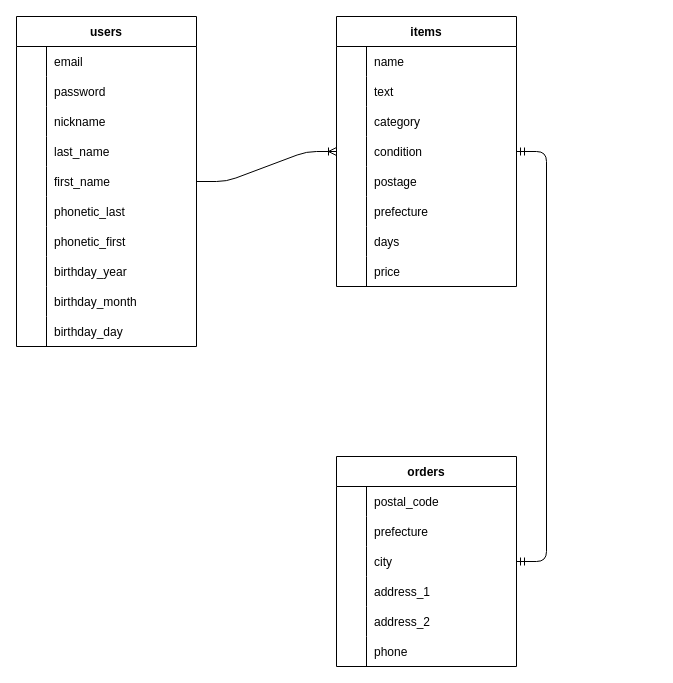
kzyhsgw/furima-35207 keeps this draw.io diagram as Entity Relation.dio. Above is the earlier version. Source tidied: cells renumbered, new cells numbered last; positions are measured from the earlier drawing's top-left corner, leaving out a move shared by most shapes. Both pictures are drawn from the tidied source at 100%, with x=0, y=0 at pixel (16, 16).
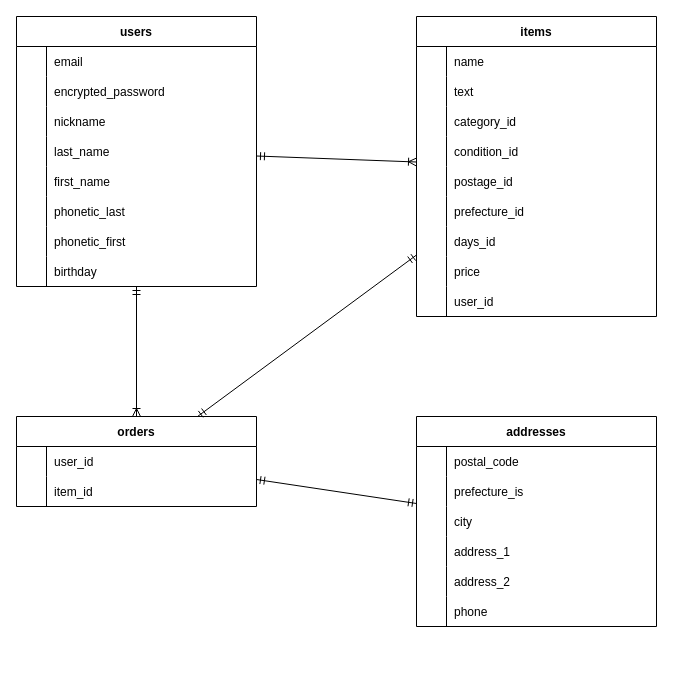
The same diagram, later.

Commit message (it also covers changes not shown here):
テーブル設計の修正

What changed in the source:
```diff
@@
     <mxCell id="2" value="users" style="shape=table;startSize=30;childLayout=tableLayout;rowLines=0;fontStyle=1;align=center;" parent="1" vertex="1">
-      <mxGeometry width="180" height="330" as="geometry" />
+      <mxGeometry width="240" height="270" as="geometry" />
     </mxCell>
     <mxCell id="3" style="shape=partialRectangle;fillColor=none;top=0;left=0;bottom=0;right=0;" parent="2" vertex="1">
-      <mxGeometry y="30" width="180" height="30" as="geometry" />
+      <mxGeometry y="30" width="240" height="30" as="geometry" />
     </mxCell>
@@
     <mxCell id="5" value="email" style="shape=partialRectangle;fillColor=none;top=0;left=0;bottom=0;right=0;align=left;spacingLeft=6;overflow=hidden;" parent="3" vertex="1">
-      <mxGeometry x="30" width="150" height="30" as="geometry" />
+      <mxGeometry x="30" width="210" height="30" as="geometry" />
     </mxCell>
     <mxCell id="6" style="shape=partialRectangle;fillColor=none;top=0;left=0;bottom=0;right=0;" parent="2" vertex="1">
-      <mxGeometry y="60" width="180" height="30" as="geometry" />
+      <mxGeometry y="60" width="240" height="30" as="geometry" />
     </mxCell>
@@
-    <mxCell id="8" value="password" style="shape=partialRectangle;fillColor=none;top=0;left=0;bottom=0;right=0;align=left;spacingLeft=6;overflow=hidden;" parent="6" vertex="1">
-      <mxGeometry x="30" width="150" height="30" as="geometry" />
+    <mxCell id="8" value="encrypted_password" style="shape=partialRectangle;fillColor=none;top=0;left=0;bottom=0;right=0;align=left;spacingLeft=6;overflow=hidden;" parent="6" vertex="1">
+      <mxGeometry x="30" width="210" height="30" as="geometry" />
     </mxCell>
     <mxCell id="9" style="shape=partialRectangle;fillColor=none;top=0;left=0;bottom=0;right=0;" parent="2" vertex="1">
-      <mxGeometry y="90" width="180" height="30" as="geometry" />
+      <mxGeometry y="90" width="240" height="30" as="geometry" />
     </mxCell>
@@
     <mxCell id="11" value="nickname" style="shape=partialRectangle;fillColor=none;top=0;left=0;bottom=0;right=0;align=left;spacingLeft=6;overflow=hidden;" parent="9" vertex="1">
-      <mxGeometry x="30" width="150" height="30" as="geometry" />
+      <mxGeometry x="30" width="210" height="30" as="geometry" />
     </mxCell>
     <mxCell id="12" style="shape=partialRectangle;fillColor=none;top=0;left=0;bottom=0;right=0;" parent="2" vertex="1">
-      <mxGeometry y="120" width="180" height="30" as="geometry" />
+      <mxGeometry y="120" width="240" height="30" as="geometry" />
     </mxCell>
@@
     <mxCell id="14" value="last_name" style="shape=partialRectangle;fillColor=none;top=0;left=0;bottom=0;right=0;align=left;spacingLeft=6;overflow=hidden;" parent="12" vertex="1">
-      <mxGeometry x="30" width="150" height="30" as="geometry" />
+      <mxGeometry x="30" width="210" height="30" as="geometry" />
     </mxCell>
     <mxCell id="15" style="shape=partialRectangle;fillColor=none;top=0;left=0;bottom=0;right=0;" parent="2" vertex="1">
-      <mxGeometry y="150" width="180" height="30" as="geometry" />
+      <mxGeometry y="150" width="240" height="30" as="geometry" />
     </mxCell>
@@
     <mxCell id="17" value="first_name" style="shape=partialRectangle;fillColor=none;top=0;left=0;bottom=0;right=0;align=left;spacingLeft=6;overflow=hidden;" parent="15" vertex="1">
-      <mxGeometry x="30" width="150" height="30" as="geometry" />
+      <mxGeometry x="30" width="210" height="30" as="geometry" />
     </mxCell>
     <mxCell id="18" style="shape=partialRectangle;fillColor=none;top=0;left=0;bottom=0;right=0;" parent="2" vertex="1">
-      <mxGeometry y="180" width="180" height="30" as="geometry" />
+      <mxGeometry y="180" width="240" height="30" as="geometry" />
     </mxCell>
@@
     <mxCell id="20" value="phonetic_last" style="shape=partialRectangle;fillColor=none;top=0;left=0;bottom=0;right=0;align=left;spacingLeft=6;overflow=hidden;" parent="18" vertex="1">
-      <mxGeometry x="30" width="150" height="30" as="geometry" />
+      <mxGeometry x="30" width="210" height="30" as="geometry" />
     </mxCell>
     <mxCell id="21" style="shape=partialRectangle;fillColor=none;top=0;left=0;bottom=0;right=0;" parent="2" vertex="1">
-      <mxGeometry y="210" width="180" height="30" as="geometry" />
+      <mxGeometry y="210" width="240" height="30" as="geometry" />
     </mxCell>
@@
     <mxCell id="23" value="phonetic_first" style="shape=partialRectangle;fillColor=none;top=0;left=0;bottom=0;right=0;align=left;spacingLeft=6;overflow=hidden;" parent="21" vertex="1">
-      <mxGeometry x="30" width="150" height="30" as="geometry" />
+      <mxGeometry x="30" width="210" height="30" as="geometry" />
     </mxCell>
     <mxCell id="24" style="shape=partialRectangle;fillColor=none;top=0;left=0;bottom=0;right=0;" parent="2" vertex="1">
-      <mxGeometry y="240" width="180" height="30" as="geometry" />
+      <mxGeometry y="240" width="240" height="30" as="geometry" />
     </mxCell>
@@
-    <mxCell id="26" value="birthday_year" style="shape=partialRectangle;fillColor=none;top=0;left=0;bottom=0;right=0;align=left;spacingLeft=6;overflow=hidden;" parent="24" vertex="1">
-      <mxGeometry x="30" width="150" height="30" as="geometry" />
+    <mxCell id="26" value="birthday" style="shape=partialRectangle;fillColor=none;top=0;left=0;bottom=0;right=0;align=left;spacingLeft=6;overflow=hidden;" parent="24" vertex="1">
+      <mxGeometry x="30" width="210" height="30" as="geometry" />
     </mxCell>
-    <mxCell id="27" style="shape=partialRectangle;fillColor=none;top=0;left=0;bottom=0;right=0;" parent="2" vertex="1">
-      <mxGeometry y="270" width="180" height="30" as="geometry" />
-    </mxCell>
-    <mxCell id="28" style="shape=partialRectangle;fillColor=none;top=0;left=0;bottom=0;right=0;overflow=hidden;" parent="27" vertex="1">
-      <mxGeometry width="30" height="30" as="geometry" />
-    </mxCell>
-    <mxCell id="29" value="birthday_month" style="shape=partialRectangle;fillColor=none;top=0;left=0;bottom=0;right=0;align=left;spacingLeft=6;overflow=hidden;" parent="27" vertex="1">
-      <mxGeometry x="30" width="150" height="30" as="geometry" />
-    </mxCell>
-    <mxCell id="30" style="shape=partialRectangle;fillColor=none;top=0;left=0;bottom=0;right=0;" parent="2" vertex="1">
-      <mxGeometry y="300" width="180" height="30" as="geometry" />
-    </mxCell>
-    <mxCell id="31" style="shape=partialRectangle;fillColor=none;top=0;left=0;bottom=0;right=0;overflow=hidden;" parent="30" vertex="1">
-      <mxGeometry width="30" height="30" as="geometry" />
-    </mxCell>
-    <mxCell id="32" value="birthday_day" style="shape=partialRectangle;fillColor=none;top=0;left=0;bottom=0;right=0;align=left;spacingLeft=6;overflow=hidden;" parent="30" vertex="1">
-      <mxGeometry x="30" width="150" height="30" as="geometry" />
-    </mxCell>
     <mxCell id="33" value="items" style="shape=table;startSize=30;childLayout=tableLayout;rowLines=0;fontStyle=1;align=center;" parent="1" vertex="1">
-      <mxGeometry x="320" width="180" height="270" as="geometry" />
+      <mxGeometry x="400" width="240" height="300" as="geometry" />
     </mxCell>
     <mxCell id="34" style="shape=partialRectangle;fillColor=none;top=0;left=0;bottom=0;right=0;" parent="33" vertex="1">
-      <mxGeometry y="30" width="180" height="30" as="geometry" />
+      <mxGeometry y="30" width="240" height="30" as="geometry" />
     </mxCell>
@@
     <mxCell id="36" value="name" style="shape=partialRectangle;fillColor=none;top=0;left=0;bottom=0;right=0;align=left;spacingLeft=6;overflow=hidden;" parent="34" vertex="1">
-      <mxGeometry x="30" width="150" height="30" as="geometry" />
+      <mxGeometry x="30" width="210" height="30" as="geometry" />
     </mxCell>
     <mxCell id="37" style="shape=partialRectangle;fillColor=none;top=0;left=0;bottom=0;right=0;" parent="33" vertex="1">
-      <mxGeometry y="60" width="180" height="30" as="geometry" />
+      <mxGeometry y="60" width="240" height="30" as="geometry" />
     </mxCell>
@@
     <mxCell id="39" value="text" style="shape=partialRectangle;fillColor=none;top=0;left=0;bottom=0;right=0;align=left;spacingLeft=6;overflow=hidden;" parent="37" vertex="1">
-      <mxGeometry x="30" width="150" height="30" as="geometry" />
+      <mxGeometry x="30" width="210" height="30" as="geometry" />
     </mxCell>
     <mxCell id="40" style="shape=partialRectangle;fillColor=none;top=0;left=0;bottom=0;right=0;" parent="33" vertex="1">
-      <mxGeometry y="90" width="180" height="30" as="geometry" />
+      <mxGeometry y="90" width="240" height="30" as="geometry" />
     </mxCell>
@@
-    <mxCell id="42" value="category" style="shape=partialRectangle;fillColor=none;top=0;left=0;bottom=0;right=0;align=left;spacingLeft=6;overflow=hidden;" parent="40" vertex="1">
-      <mxGeometry x="30" width="150" height="30" as="geometry" />
+    <mxCell id="42" value="category_id" style="shape=partialRectangle;fillColor=none;top=0;left=0;bottom=0;right=0;align=left;spacingLeft=6;overflow=hidden;" parent="40" vertex="1">
+      <mxGeometry x="30" width="210" height="30" as="geometry" />
     </mxCell>
     <mxCell id="43" style="shape=partialRectangle;fillColor=none;top=0;left=0;bottom=0;right=0;" parent="33" vertex="1">
-      <mxGeometry y="120" width="180" height="30" as="geometry" />
+      <mxGeometry y="120" width="240" height="30" as="geometry" />
     </mxCell>
@@
-    <mxCell id="45" value="condition" style="shape=partialRectangle;fillColor=none;top=0;left=0;bottom=0;right=0;align=left;spacingLeft=6;overflow=hidden;" parent="43" vertex="1">
-      <mxGeometry x="30" width="150" height="30" as="geometry" />
+    <mxCell id="45" value="condition_id" style="shape=partialRectangle;fillColor=none;top=0;left=0;bottom=0;right=0;align=left;spacingLeft=6;overflow=hidden;" parent="43" vertex="1">
+      <mxGeometry x="30" width="210" height="30" as="geometry" />
     </mxCell>
     <mxCell id="46" style="shape=partialRectangle;fillColor=none;top=0;left=0;bottom=0;right=0;" parent="33" vertex="1">
-      <mxGeometry y="150" width="180" height="30" as="geometry" />
+      <mxGeometry y="150" width="240" height="30" as="geometry" />
     </mxCell>
@@
-    <mxCell id="48" value="postage" style="shape=partialRectangle;fillColor=none;top=0;left=0;bottom=0;right=0;align=left;spacingLeft=6;overflow=hidden;" parent="46" vertex="1">
-      <mxGeometry x="30" width="150" height="30" as="geometry" />
+    <mxCell id="48" value="postage_id" style="shape=partialRectangle;fillColor=none;top=0;left=0;bottom=0;right=0;align=left;spacingLeft=6;overflow=hidden;" parent="46" vertex="1">
+      <mxGeometry x="30" width="210" height="30" as="geometry" />
     </mxCell>
     <mxCell id="49" style="shape=partialRectangle;fillColor=none;top=0;left=0;bottom=0;right=0;" parent="33" vertex="1">
-      <mxGeometry y="180" width="180" height="30" as="geometry" />
+      <mxGeometry y="180" width="240" height="30" as="geometry" />
     </mxCell>
@@
-    <mxCell id="51" value="prefecture" style="shape=partialRectangle;fillColor=none;top=0;left=0;bottom=0;right=0;align=left;spacingLeft=6;overflow=hidden;" parent="49" vertex="1">
-      <mxGeometry x="30" width="150" height="30" as="geometry" />
+    <mxCell id="51" value="prefecture_id" style="shape=partialRectangle;fillColor=none;top=0;left=0;bottom=0;right=0;align=left;spacingLeft=6;overflow=hidden;" parent="49" vertex="1">
+      <mxGeometry x="30" width="210" height="30" as="geometry" />
     </mxCell>
     <mxCell id="52" style="shape=partialRectangle;fillColor=none;top=0;left=0;bottom=0;right=0;" parent="33" vertex="1">
-      <mxGeometry y="210" width="180" height="30" as="geometry" />
+      <mxGeometry y="210" width="240" height="30" as="geometry" />
     </mxCell>
@@
-    <mxCell id="54" value="days" style="shape=partialRectangle;fillColor=none;top=0;left=0;bottom=0;right=0;align=left;spacingLeft=6;overflow=hidden;" parent="52" vertex="1">
-      <mxGeometry x="30" width="150" height="30" as="geometry" />
+    <mxCell id="54" value="days_id" style="shape=partialRectangle;fillColor=none;top=0;left=0;bottom=0;right=0;align=left;spacingLeft=6;overflow=hidden;" parent="52" vertex="1">
+      <mxGeometry x="30" width="210" height="30" as="geometry" />
     </mxCell>
     <mxCell id="55" style="shape=partialRectangle;fillColor=none;top=0;left=0;bottom=0;right=0;" parent="33" vertex="1">
-      <mxGeometry y="240" width="180" height="30" as="geometry" />
+      <mxGeometry y="240" width="240" height="30" as="geometry" />
     </mxCell>
@@
     <mxCell id="57" value="price" style="shape=partialRectangle;fillColor=none;top=0;left=0;bottom=0;right=0;align=left;spacingLeft=6;overflow=hidden;" parent="55" vertex="1">
-      <mxGeometry x="30" width="150" height="30" as="geometry" />
+      <mxGeometry x="30" width="210" height="30" as="geometry" />
     </mxCell>
+    <mxCell id="79" style="shape=partialRectangle;fillColor=none;top=0;left=0;bottom=0;right=0;" parent="33" vertex="1">
+      <mxGeometry y="270" width="240" height="30" as="geometry" />
+    </mxCell>
+    <mxCell id="80" style="shape=partialRectangle;fillColor=none;top=0;left=0;bottom=0;right=0;overflow=hidden;" parent="79" vertex="1">
+      <mxGeometry width="30" height="30" as="geometry" />
+    </mxCell>
+    <mxCell id="81" value="user_id" style="shape=partialRectangle;fillColor=none;top=0;left=0;bottom=0;right=0;align=left;spacingLeft=6;overflow=hidden;" parent="79" vertex="1">
+      <mxGeometry x="30" width="210" height="30" as="geometry" />
+    </mxCell>
-    <mxCell id="58" value="orders" style="shape=table;startSize=30;childLayout=tableLayout;rowLines=0;fontStyle=1;align=center;" parent="1" vertex="1">
-      <mxGeometry x="320" y="440" width="180" height="210" as="geometry" />
+    <mxCell id="58" value="addresses" style="shape=table;startSize=30;childLayout=tableLayout;rowLines=0;fontStyle=1;align=center;" parent="1" vertex="1">
+      <mxGeometry x="400" y="400" width="240" height="210" as="geometry" />
     </mxCell>
     <mxCell id="59" style="shape=partialRectangle;fillColor=none;top=0;left=0;bottom=0;right=0;" parent="58" vertex="1">
-      <mxGeometry y="30" width="180" height="30" as="geometry" />
+      <mxGeometry y="30" width="240" height="30" as="geometry" />
     </mxCell>
@@
     <mxCell id="61" value="postal_code" style="shape=partialRectangle;fillColor=none;top=0;left=0;bottom=0;right=0;align=left;spacingLeft=6;overflow=hidden;" parent="59" vertex="1">
-      <mxGeometry x="30" width="150" height="30" as="geometry" />
+      <mxGeometry x="30" width="210" height="30" as="geometry" />
     </mxCell>
     <mxCell id="62" style="shape=partialRectangle;fillColor=none;top=0;left=0;bottom=0;right=0;" parent="58" vertex="1">
-      <mxGeometry y="60" width="180" height="30" as="geometry" />
+      <mxGeometry y="60" width="240" height="30" as="geometry" />
     </mxCell>
@@
-    <mxCell id="64" value="prefecture" style="shape=partialRectangle;fillColor=none;top=0;left=0;bottom=0;right=0;align=left;spacingLeft=6;overflow=hidden;" parent="62" vertex="1">
-      <mxGeometry x="30" width="150" height="30" as="geometry" />
+    <mxCell id="64" value="prefecture_is" style="shape=partialRectangle;fillColor=none;top=0;left=0;bottom=0;right=0;align=left;spacingLeft=6;overflow=hidden;" parent="62" vertex="1">
+      <mxGeometry x="30" width="210" height="30" as="geometry" />
     </mxCell>
     <mxCell id="65" style="shape=partialRectangle;fillColor=none;top=0;left=0;bottom=0;right=0;" parent="58" vertex="1">
-      <mxGeometry y="90" width="180" height="30" as="geometry" />
+      <mxGeometry y="90" width="240" height="30" as="geometry" />
     </mxCell>
@@
     <mxCell id="67" value="city" style="shape=partialRectangle;fillColor=none;top=0;left=0;bottom=0;right=0;align=left;spacingLeft=6;overflow=hidden;" parent="65" vertex="1">
-      <mxGeometry x="30" width="150" height="30" as="geometry" />
+      <mxGeometry x="30" width="210" height="30" as="geometry" />
     </mxCell>
     <mxCell id="68" style="shape=partialRectangle;fillColor=none;top=0;left=0;bottom=0;right=0;" parent="58" vertex="1">
-      <mxGeometry y="120" width="180" height="30" as="geometry" />
+      <mxGeometry y="120" width="240" height="30" as="geometry" />
     </mxCell>
@@
     <mxCell id="70" value="address_1" style="shape=partialRectangle;fillColor=none;top=0;left=0;bottom=0;right=0;align=left;spacingLeft=6;overflow=hidden;" parent="68" vertex="1">
-      <mxGeometry x="30" width="150" height="30" as="geometry" />
+      <mxGeometry x="30" width="210" height="30" as="geometry" />
     </mxCell>
     <mxCell id="71" style="shape=partialRectangle;fillColor=none;top=0;left=0;bottom=0;right=0;" parent="58" vertex="1">
-      <mxGeometry y="150" width="180" height="30" as="geometry" />
+      <mxGeometry y="150" width="240" height="30" as="geometry" />
     </mxCell>
@@
     <mxCell id="73" value="address_2" style="shape=partialRectangle;fillColor=none;top=0;left=0;bottom=0;right=0;align=left;spacingLeft=6;overflow=hidden;" parent="71" vertex="1">
-      <mxGeometry x="30" width="150" height="30" as="geometry" />
+      <mxGeometry x="30" width="210" height="30" as="geometry" />
     </mxCell>
     <mxCell id="74" style="shape=partialRectangle;fillColor=none;top=0;left=0;bottom=0;right=0;" parent="58" vertex="1">
-      <mxGeometry y="180" width="180" height="30" as="geometry" />
+      <mxGeometry y="180" width="240" height="30" as="geometry" />
     </mxCell>
@@
     <mxCell id="76" value="phone" style="shape=partialRectangle;fillColor=none;top=0;left=0;bottom=0;right=0;align=left;spacingLeft=6;overflow=hidden;" parent="74" vertex="1">
-      <mxGeometry x="30" width="150" height="30" as="geometry" />
+      <mxGeometry x="30" width="210" height="30" as="geometry" />
     </mxCell>
+    <mxCell id="78" value="orders" style="shape=table;startSize=30;childLayout=tableLayout;rowLines=0;fontStyle=1;align=center;" parent="1" vertex="1">
+      <mxGeometry y="400" width="240" height="90" as="geometry" />
+    </mxCell>
+    <mxCell id="82" style="shape=partialRectangle;fillColor=none;top=0;left=0;bottom=0;right=0;" parent="78" vertex="1">
+      <mxGeometry y="30" width="240" height="30" as="geometry" />
+    </mxCell>
+    <mxCell id="83" style="shape=partialRectangle;fillColor=none;top=0;left=0;bottom=0;right=0;overflow=hidden;" parent="82" vertex="1">
+      <mxGeometry width="30" height="30" as="geometry" />
+    </mxCell>
+    <mxCell id="84" value="user_id" style="shape=partialRectangle;fillColor=none;top=0;left=0;bottom=0;right=0;align=left;spacingLeft=6;overflow=hidden;" parent="82" vertex="1">
+      <mxGeometry x="30" width="210" height="30" as="geometry" />
+    </mxCell>
+    <mxCell id="85" style="shape=partialRectangle;fillColor=none;top=0;left=0;bottom=0;right=0;" parent="78" vertex="1">
+      <mxGeometry y="60" width="240" height="30" as="geometry" />
+    </mxCell>
+    <mxCell id="86" style="shape=partialRectangle;fillColor=none;top=0;left=0;bottom=0;right=0;overflow=hidden;" parent="85" vertex="1">
+      <mxGeometry width="30" height="30" as="geometry" />
+    </mxCell>
+    <mxCell id="87" value="item_id" style="shape=partialRectangle;fillColor=none;top=0;left=0;bottom=0;right=0;align=left;spacingLeft=6;overflow=hidden;" parent="85" vertex="1">
+      <mxGeometry x="30" width="210" height="30" as="geometry" />
+    </mxCell>
-    <mxCell id="77" style="edgeStyle=entityRelationEdgeStyle;fontSize=12;html=1;endArrow=ERoneToMany;" parent="1" edge="1" source="2" target="33">
+    <mxCell id="77" style="fontSize=12;html=1;endArrow=ERoneToMany;startArrow=ERmandOne;" parent="1" edge="1" source="2" target="33">
       <mxGeometry relative="1" as="geometry" />
     </mxCell>
-    <mxCell id="78" style="edgeStyle=entityRelationEdgeStyle;fontSize=12;html=1;endArrow=ERmandOne;startArrow=ERmandOne;" parent="1" edge="1" source="58" target="33">
-      <mxGeometry relative="1" as="geometry" />
-    </mxCell>
+    <mxCell id="88" style="fontSize=12;html=1;endArrow=ERoneToMany;startArrow=ERmandOne;" parent="1" edge="1" source="2" target="78">
+      <mxGeometry relative="1" as="geometry" />
+    </mxCell>
+    <mxCell id="89" style="fontSize=12;html=1;endArrow=ERmandOne;startArrow=ERmandOne;" parent="1" edge="1" source="78" target="33">
+      <mxGeometry relative="1" as="geometry" />
+    </mxCell>
+    <mxCell id="90" style="fontSize=12;html=1;endArrow=ERmandOne;startArrow=ERmandOne;" parent="1" edge="1" source="78" target="58">
+      <mxGeometry relative="1" as="geometry" />
+    </mxCell>
```
